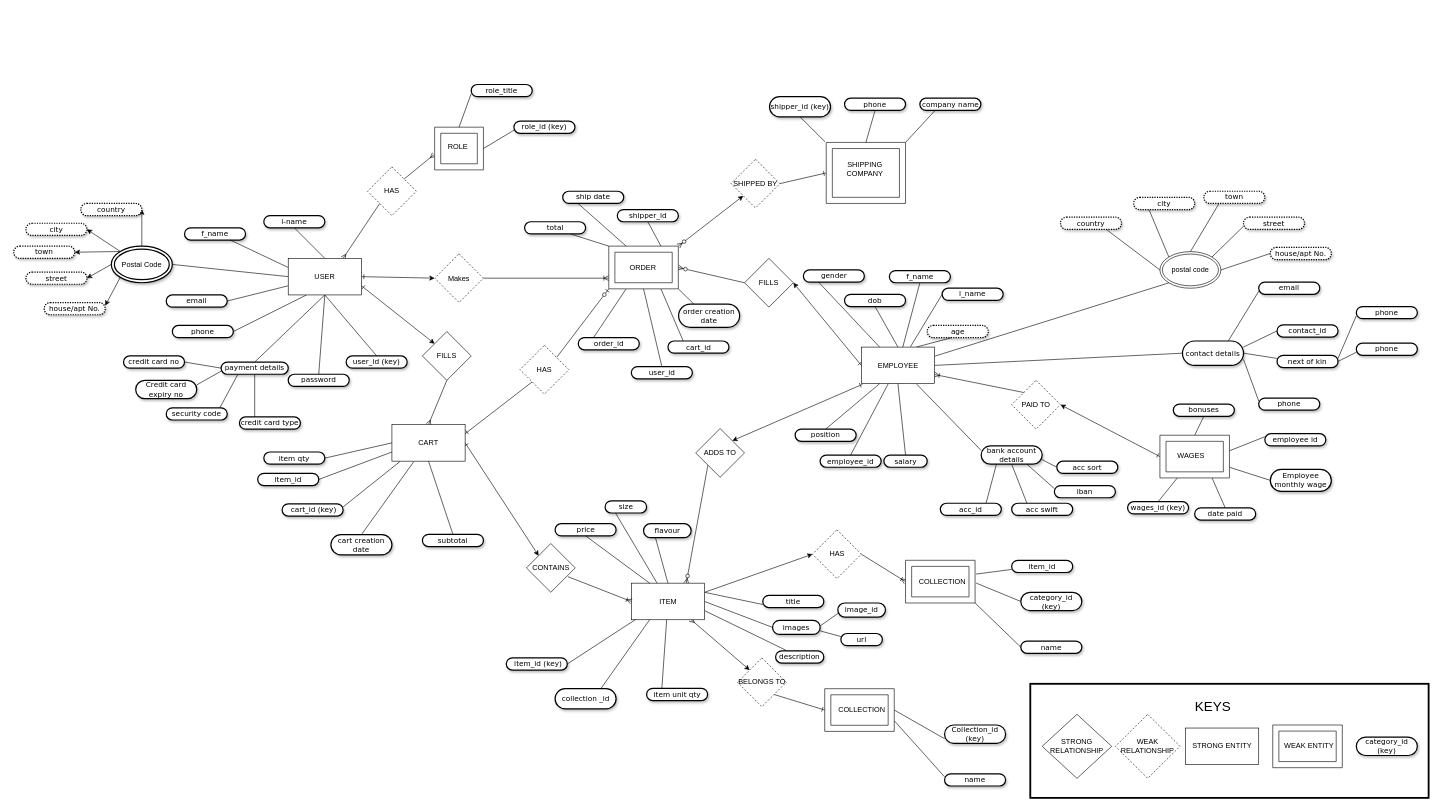
This is Database.drawio from GearoidDC/Automate_the_Boring_Stuff_Examples, a draw.io file, before an edit. Source tidied: cells renumbered, new cells numbered last; positions are measured from the earlier drawing's top-left corner, leaving out a move shared by most shapes. Both pictures are drawn from the tidied source at 61%, with x=0, y=0 at pixel (13, 84).
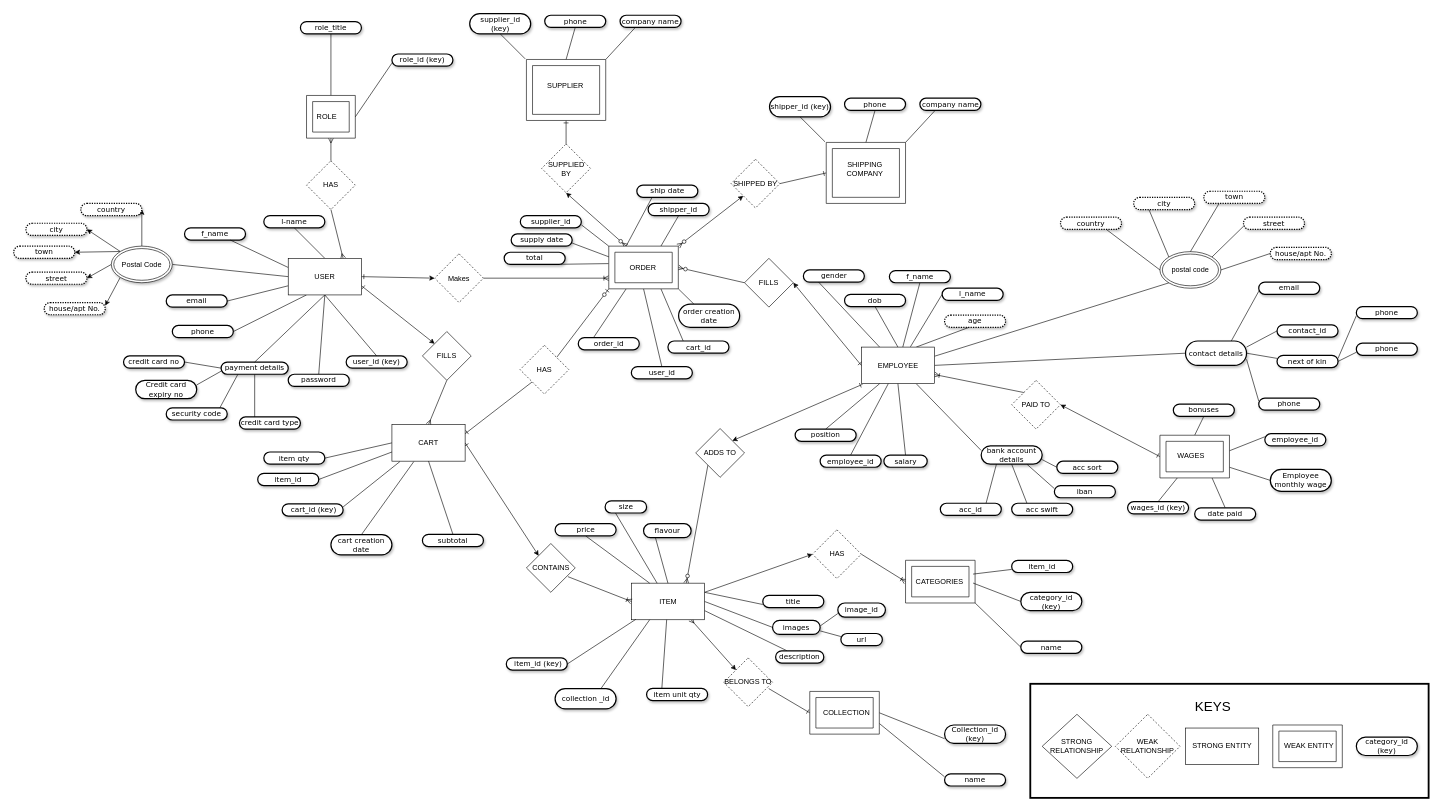
Above is the later version.

Unchanged cells that the change refers to:
```xml
<mxCell id="35" value="USER" style="rounded=0;whiteSpace=wrap;html=1;" parent="1" vertex="1">
  <mxGeometry x="450" y="285" width="120" height="60" as="geometry" />
</mxCell>
<mxCell id="188" style="verticalLabelPosition=bottom;verticalAlign=top;html=1;shape=mxgraph.basic.frame;dx=10;" parent="1" vertex="1">
  <mxGeometry x="975.5" y="265" width="114" height="70" as="geometry" />
</mxCell>
```

What changed in the source:
```diff
@@
-    <mxCell id="5" style="edgeStyle=none;rounded=0;jettySize=auto;html=1;exitX=0.75;exitY=1;exitDx=0;exitDy=0;entryX=0;entryY=0;entryDx=0;entryDy=0;entryPerimeter=0;startArrow=none;startFill=0;endArrow=none;endFill=0;" parent="1" edge="1" source="6" target="188">
+    <mxCell id="5" style="edgeStyle=none;rounded=0;jettySize=auto;html=1;exitX=0.75;exitY=1;exitDx=0;exitDy=0;entryX=-0.003;entryY=0.409;entryDx=0;entryDy=0;entryPerimeter=0;startArrow=none;startFill=0;endArrow=none;endFill=0;" parent="1" edge="1" source="6" target="188">
       <mxGeometry relative="1" as="geometry" />
     </mxCell>
     <mxCell id="6" value="&lt;span&gt;total&lt;/span&gt;" style="whiteSpace=wrap;html=1;rounded=1;shadow=1;comic=0;labelBackgroundColor=none;strokeColor=#000000;strokeWidth=2;fillColor=#FFFFFF;fontFamily=Verdana;fontSize=12;fontColor=#000000;align=center;arcSize=50;" parent="1" vertex="1">
-      <mxGeometry x="837.5" y="225" width="100" height="20" as="geometry" />
+      <mxGeometry x="804" y="275" width="100" height="20" as="geometry" />
     </mxCell>
@@
     <mxCell id="8" value="&lt;span&gt;ship date&lt;/span&gt;" style="whiteSpace=wrap;html=1;rounded=1;shadow=1;comic=0;labelBackgroundColor=none;strokeColor=#000000;strokeWidth=2;fillColor=#FFFFFF;fontFamily=Verdana;fontSize=12;fontColor=#000000;align=center;arcSize=50;" parent="1" vertex="1">
-      <mxGeometry x="900" y="175" width="100" height="20" as="geometry" />
+      <mxGeometry x="1021.5" y="165" width="100" height="20" as="geometry" />
     </mxCell>
@@
     <mxCell id="10" value="&lt;span&gt;shipper_id&lt;/span&gt;" style="whiteSpace=wrap;html=1;rounded=1;shadow=1;comic=0;labelBackgroundColor=none;strokeColor=#000000;strokeWidth=2;fillColor=#FFFFFF;fontFamily=Verdana;fontSize=12;fontColor=#000000;align=center;arcSize=50;" parent="1" vertex="1">
-      <mxGeometry x="989.5" y="205" width="100" height="20" as="geometry" />
+      <mxGeometry x="1040" y="195" width="100" height="20" as="geometry" />
     </mxCell>
@@
-    <mxCell id="30" style="edgeStyle=none;rounded=0;jettySize=auto;html=1;exitX=0.75;exitY=0;exitDx=0;exitDy=0;endArrow=none;endFill=0;entryX=0;entryY=1;entryDx=0;entryDy=0;startArrow=ERmany;startFill=0;" parent="1" edge="1" source="35" target="106">
+    <mxCell id="30" style="edgeStyle=none;rounded=0;jettySize=auto;html=1;exitX=0.75;exitY=0;exitDx=0;exitDy=0;endArrow=none;endFill=0;entryX=0.5;entryY=1;entryDx=0;entryDy=0;startArrow=ERmany;startFill=0;" parent="1" edge="1" source="35" target="106">
       <mxGeometry relative="1" as="geometry" />
     </mxCell>
@@
-    <mxCell id="41" value="Postal Code" style="ellipse;shape=doubleEllipse;whiteSpace=wrap;html=1;shadow=1;comic=0;strokeWidth=2;" parent="1" vertex="1">
+    <mxCell id="41" value="Postal Code" style="ellipse;shape=doubleEllipse;whiteSpace=wrap;html=1;shadow=1;comic=0;strokeWidth=1;" parent="1" vertex="1">
       <mxGeometry x="160" y="265" width="100" height="60" as="geometry" />
     </mxCell>
@@
     <mxCell id="65" value="&lt;span&gt;age&lt;/span&gt;" style="whiteSpace=wrap;html=1;rounded=1;shadow=1;comic=0;labelBackgroundColor=none;strokeColor=#000000;strokeWidth=2;fillColor=#FFFFFF;fontFamily=Verdana;fontSize=12;fontColor=#000000;align=center;arcSize=50;dashed=1;dashPattern=1 1;" parent="1" vertex="1">
-      <mxGeometry x="1497.5" y="395" width="100" height="20" as="geometry" />
+      <mxGeometry x="1526" y="378" width="100" height="20" as="geometry" />
     </mxCell>
@@
     <mxCell id="74" value="&lt;span&gt;contact details&lt;/span&gt;" style="whiteSpace=wrap;html=1;rounded=1;shadow=1;comic=0;labelBackgroundColor=none;strokeColor=#000000;strokeWidth=2;fillColor=#FFFFFF;fontFamily=Verdana;fontSize=12;fontColor=#000000;align=center;arcSize=50;" parent="1" vertex="1">
-      <mxGeometry x="1916" y="420.5" width="100" height="40" as="geometry" />
+      <mxGeometry x="1921" y="420.5" width="100" height="40" as="geometry" />
     </mxCell>
@@
-    <mxCell id="102" value="&lt;span&gt;employee id&lt;/span&gt;" style="whiteSpace=wrap;html=1;rounded=1;shadow=1;comic=0;labelBackgroundColor=none;strokeColor=#000000;strokeWidth=2;fillColor=#FFFFFF;fontFamily=Verdana;fontSize=12;fontColor=#000000;align=center;arcSize=50;" parent="1" vertex="1">
+    <mxCell id="102" value="&lt;span&gt;employee_id&lt;/span&gt;" style="whiteSpace=wrap;html=1;rounded=1;shadow=1;comic=0;labelBackgroundColor=none;strokeColor=#000000;strokeWidth=2;fillColor=#FFFFFF;fontFamily=Verdana;fontSize=12;fontColor=#000000;align=center;arcSize=50;" parent="1" vertex="1">
       <mxGeometry x="2051" y="572.5" width="100" height="20" as="geometry" />
     </mxCell>
@@
-    <mxCell id="105" style="edgeStyle=none;rounded=0;jettySize=auto;html=1;exitX=1;exitY=0;exitDx=0;exitDy=0;endArrow=ERmany;endFill=0;entryX=0;entryY=0.5;entryDx=0;entryDy=0;" parent="1" edge="1" source="106">
-      <mxGeometry relative="1" as="geometry">
-        <mxPoint x="689" y="115" as="targetPoint" />
-      </mxGeometry>
+    <mxCell id="105" style="edgeStyle=none;rounded=0;jettySize=auto;html=1;exitX=0.5;exitY=0;exitDx=0;exitDy=0;endArrow=ERmany;endFill=0;entryX=0.5;entryY=1;entryDx=0;entryDy=0;entryPerimeter=0;" parent="1" edge="1" source="106" target="107">
+      <mxGeometry relative="1" as="geometry" />
     </mxCell>
     <mxCell id="106" value="HAS" style="rhombus;whiteSpace=wrap;html=1;dashed=1;" parent="1" vertex="1">
-      <mxGeometry x="580" y="135" width="80" height="80" as="geometry" />
+      <mxGeometry x="480" y="125" width="80" height="80" as="geometry" />
     </mxCell>
+    <mxCell id="221" style="edgeStyle=none;rounded=0;jettySize=auto;html=1;exitX=0.5;exitY=0;exitDx=0;exitDy=0;exitPerimeter=0;entryX=0.5;entryY=1;entryDx=0;entryDy=0;startArrow=none;startFill=0;endArrow=none;endFill=0;" parent="1" edge="1" source="107" target="110">
+      <mxGeometry relative="1" as="geometry" />
+    </mxCell>
     <mxCell id="107" style="verticalLabelPosition=bottom;verticalAlign=top;html=1;shape=mxgraph.basic.frame;dx=10;" parent="1" vertex="1">
-      <mxGeometry x="690" y="70" width="80" height="70" as="geometry" />
+      <mxGeometry x="480" y="18" width="80" height="70" as="geometry" />
     </mxCell>
     <mxCell id="108" value="ROLE" style="text;html=1;align=left;verticalAlign=top;spacingTop=-4;" parent="1" vertex="1">
-      <mxGeometry x="710" y="92" width="50" height="20" as="geometry" />
+      <mxGeometry x="495" y="43" width="50" height="20" as="geometry" />
     </mxCell>
-    <mxCell id="109" style="edgeStyle=none;rounded=0;jettySize=auto;html=1;exitX=0;exitY=0.75;exitDx=0;exitDy=0;entryX=0.5;entryY=0;entryDx=0;entryDy=0;entryPerimeter=0;endArrow=none;endFill=0;" parent="1" edge="1" source="110" target="107">
-      <mxGeometry relative="1" as="geometry" />
-    </mxCell>
     <mxCell id="110" value="&lt;span&gt;role_title&lt;/span&gt;" style="whiteSpace=wrap;html=1;rounded=1;shadow=1;comic=0;labelBackgroundColor=none;strokeColor=#000000;strokeWidth=2;fillColor=#FFFFFF;fontFamily=Verdana;fontSize=12;fontColor=#000000;align=center;arcSize=50;" parent="1" vertex="1">
-      <mxGeometry x="750" width="100" height="20" as="geometry" />
+      <mxGeometry x="470" y="-103" width="100" height="20" as="geometry" />
     </mxCell>
@@
     <mxCell id="112" value="&lt;span&gt;role_id (key)&lt;/span&gt;" style="whiteSpace=wrap;html=1;rounded=1;shadow=1;comic=0;labelBackgroundColor=none;strokeColor=#000000;strokeWidth=2;fillColor=#FFFFFF;fontFamily=Verdana;fontSize=12;fontColor=#000000;align=center;arcSize=50;" parent="1" vertex="1">
-      <mxGeometry x="820" y="60" width="100" height="20" as="geometry" />
+      <mxGeometry x="620" y="-50" width="100" height="20" as="geometry" />
     </mxCell>
@@
-    <mxCell id="153" style="edgeStyle=none;rounded=0;jettySize=auto;html=1;exitX=1;exitY=1;exitDx=0;exitDy=0;entryX=0;entryY=0.5;entryDx=0;entryDy=0;entryPerimeter=0;startArrow=none;startFill=0;endArrow=ERone;endFill=0;" parent="1" edge="1" source="154" target="157">
+    <mxCell id="153" style="edgeStyle=none;rounded=0;jettySize=auto;html=1;exitX=0.92;exitY=0.628;exitDx=0;exitDy=0;entryX=0;entryY=0.5;entryDx=0;entryDy=0;entryPerimeter=0;startArrow=none;startFill=0;endArrow=ERone;endFill=0;exitPerimeter=0;" parent="1" edge="1" source="154" target="157">
       <mxGeometry relative="1" as="geometry" />
     </mxCell>
     <mxCell id="154" value="BELONGS TO" style="rhombus;whiteSpace=wrap;html=1;dashed=1;" parent="1" vertex="1">
-      <mxGeometry x="1186.5" y="940" width="80" height="80" as="geometry" />
+      <mxGeometry x="1164" y="940" width="80" height="80" as="geometry" />
     </mxCell>
@@
     <mxCell id="157" style="verticalLabelPosition=bottom;verticalAlign=top;html=1;shape=mxgraph.basic.frame;dx=10;" parent="1" vertex="1">
-      <mxGeometry x="1329.5" y="990.5" width="114" height="70" as="geometry" />
+      <mxGeometry x="1305" y="995" width="114" height="70" as="geometry" />
     </mxCell>
     <mxCell id="158" value="COLLECTION" style="text;html=1;align=left;verticalAlign=top;spacingTop=-4;" parent="1" vertex="1">
-      <mxGeometry x="1349.5" y="1015.5" width="90" height="20" as="geometry" />
+      <mxGeometry x="1325" y="1020" width="90" height="20" as="geometry" />
     </mxCell>
@@
-    <mxCell id="172" value="COLLECTION" style="text;html=1;points=[];align=left;verticalAlign=top;spacingTop=-4;" parent="1" vertex="1">
-      <mxGeometry x="1482" y="805" width="90" height="20" as="geometry" />
+    <mxCell id="172" value="CATEGORIES" style="text;html=1;points=[];align=left;verticalAlign=top;spacingTop=-4;" parent="1" vertex="1">
+      <mxGeometry x="1477" y="805" width="90" height="20" as="geometry" />
     </mxCell>
@@
+    <mxCell id="222" style="rounded=0;jettySize=auto;html=1;exitX=0;exitY=0;exitDx=28.5;exitDy=0;exitPerimeter=0;entryX=0.5;entryY=1;entryDx=0;entryDy=0;startArrow=ERzeroToMany;startFill=1;" parent="1" edge="1" source="188" target="230">
+      <mxGeometry relative="1" as="geometry" />
+    </mxCell>
@@
+    <mxCell id="223" style="edgeStyle=none;rounded=0;jettySize=auto;html=1;entryX=0.5;entryY=1;entryDx=0;entryDy=0;startArrow=none;startFill=0;endArrow=none;endFill=0;" parent="1" edge="1" target="226">
+      <mxGeometry relative="1" as="geometry">
+        <mxPoint x="838.5" y="-42" as="sourcePoint" />
+      </mxGeometry>
+    </mxCell>
+    <mxCell id="224" style="edgeStyle=none;rounded=0;jettySize=auto;html=1;exitX=0.5;exitY=0;exitDx=0;exitDy=0;entryX=0.5;entryY=1;entryDx=0;entryDy=0;startArrow=none;startFill=0;endArrow=none;endFill=0;exitPerimeter=0;" parent="1" edge="1" source="231" target="225">
+      <mxGeometry relative="1" as="geometry" />
+    </mxCell>
+    <mxCell id="225" value="&lt;span&gt;phone&lt;/span&gt;" style="whiteSpace=wrap;html=1;rounded=1;shadow=1;comic=0;labelBackgroundColor=none;strokeColor=#000000;strokeWidth=2;fillColor=#FFFFFF;fontFamily=Verdana;fontSize=12;fontColor=#000000;align=center;arcSize=50;" parent="1" vertex="1">
+      <mxGeometry x="870.5" y="-113.5" width="100" height="20" as="geometry" />
+    </mxCell>
+    <mxCell id="226" value="&lt;span&gt;supplier_id (key)&lt;/span&gt;" style="whiteSpace=wrap;html=1;rounded=1;shadow=1;comic=0;labelBackgroundColor=none;strokeColor=#000000;strokeWidth=2;fillColor=#FFFFFF;fontFamily=Verdana;fontSize=12;fontColor=#000000;align=center;arcSize=50;" parent="1" vertex="1">
+      <mxGeometry x="747.5" y="-116" width="100" height="33" as="geometry" />
+    </mxCell>
+    <mxCell id="227" style="edgeStyle=none;rounded=0;jettySize=auto;html=1;exitX=0.25;exitY=1;exitDx=0;exitDy=0;entryX=1;entryY=0;entryDx=0;entryDy=0;entryPerimeter=0;startArrow=none;startFill=0;endArrow=none;endFill=0;" parent="1" edge="1" source="228" target="231">
+      <mxGeometry relative="1" as="geometry" />
+    </mxCell>
+    <mxCell id="228" value="&lt;span&gt;company name&lt;/span&gt;" style="whiteSpace=wrap;html=1;rounded=1;shadow=1;comic=0;labelBackgroundColor=none;strokeColor=#000000;strokeWidth=2;fillColor=#FFFFFF;fontFamily=Verdana;fontSize=12;fontColor=#000000;align=center;arcSize=50;" parent="1" vertex="1">
+      <mxGeometry x="994" y="-113.5" width="100" height="20" as="geometry" />
+    </mxCell>
+    <mxCell id="229" style="edgeStyle=none;rounded=0;jettySize=auto;html=1;exitX=0.5;exitY=0;exitDx=0;exitDy=0;entryX=0.5;entryY=1;entryDx=0;entryDy=0;startArrow=none;startFill=0;endArrow=ERone;endFill=0;entryPerimeter=0;" parent="1" edge="1" source="230" target="231">
+      <mxGeometry relative="1" as="geometry" />
+    </mxCell>
+    <mxCell id="230" value="SUPPLIED BY" style="rhombus;whiteSpace=wrap;html=1;dashed=1;" parent="1" vertex="1">
+      <mxGeometry x="865.5" y="97.5" width="80" height="80" as="geometry" />
+    </mxCell>
+    <mxCell id="231" style="verticalLabelPosition=bottom;verticalAlign=top;html=1;shape=mxgraph.basic.frame;dx=10;" parent="1" vertex="1">
+      <mxGeometry x="840.5" y="-41" width="130" height="100" as="geometry" />
+    </mxCell>
+    <mxCell id="232" value="SUPPLIER" style="text;html=1;strokeColor=none;fillColor=none;align=center;verticalAlign=middle;whiteSpace=wrap;rounded=0;dashed=1;" parent="1" vertex="1">
+      <mxGeometry x="869.5" y="-16" width="69" height="35" as="geometry" />
+    </mxCell>
+    <mxCell id="233" style="edgeStyle=none;rounded=0;jettySize=auto;html=1;exitX=1;exitY=0.75;exitDx=0;exitDy=0;entryX=0;entryY=0;entryDx=0;entryDy=17.5;entryPerimeter=0;startArrow=none;startFill=0;endArrow=none;endFill=0;" parent="1" edge="1" source="234" target="188">
+      <mxGeometry relative="1" as="geometry" />
+    </mxCell>
+    <mxCell id="234" value="&lt;span&gt;supply date&lt;/span&gt;" style="whiteSpace=wrap;html=1;rounded=1;shadow=1;comic=0;labelBackgroundColor=none;strokeColor=#000000;strokeWidth=2;fillColor=#FFFFFF;fontFamily=Verdana;fontSize=12;fontColor=#000000;align=center;arcSize=50;" parent="1" vertex="1">
+      <mxGeometry x="815.5" y="245" width="100" height="20" as="geometry" />
+    </mxCell>
+    <mxCell id="235" style="edgeStyle=none;rounded=0;jettySize=auto;html=1;exitX=1;exitY=0.75;exitDx=0;exitDy=0;entryX=0;entryY=0;entryDx=0;entryDy=0;entryPerimeter=0;startArrow=none;startFill=0;endArrow=none;endFill=0;" parent="1" edge="1" source="236" target="188">
+      <mxGeometry relative="1" as="geometry" />
+    </mxCell>
+    <mxCell id="236" value="&lt;span&gt;supplier_id&lt;/span&gt;" style="whiteSpace=wrap;html=1;rounded=1;shadow=1;comic=0;labelBackgroundColor=none;strokeColor=#000000;strokeWidth=2;fillColor=#FFFFFF;fontFamily=Verdana;fontSize=12;fontColor=#000000;align=center;arcSize=50;" parent="1" vertex="1">
+      <mxGeometry x="830.5" y="215" width="100" height="20" as="geometry" />
+    </mxCell>
```
